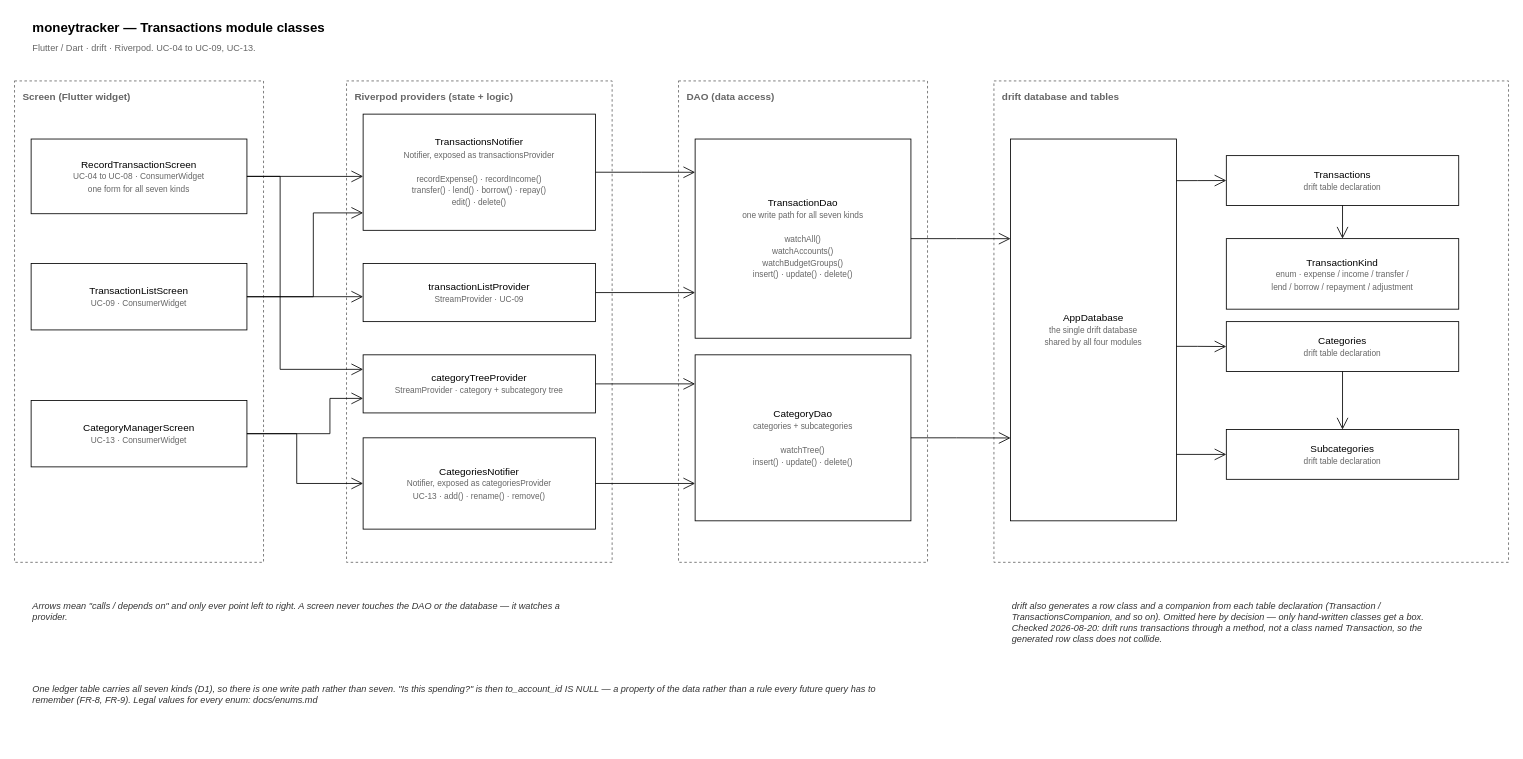
The draw.io diagram docs/diagrams/class-transactions.drawio in EldwinPr/uangsaku, before the edit. Source tidied: cells renumbered, new cells numbered last; positions are measured from the earlier drawing's top-left corner, leaving out a move shared by most shapes. Both pictures are drawn from the tidied source at 83%, with x=0, y=0 at pixel (14, 14).
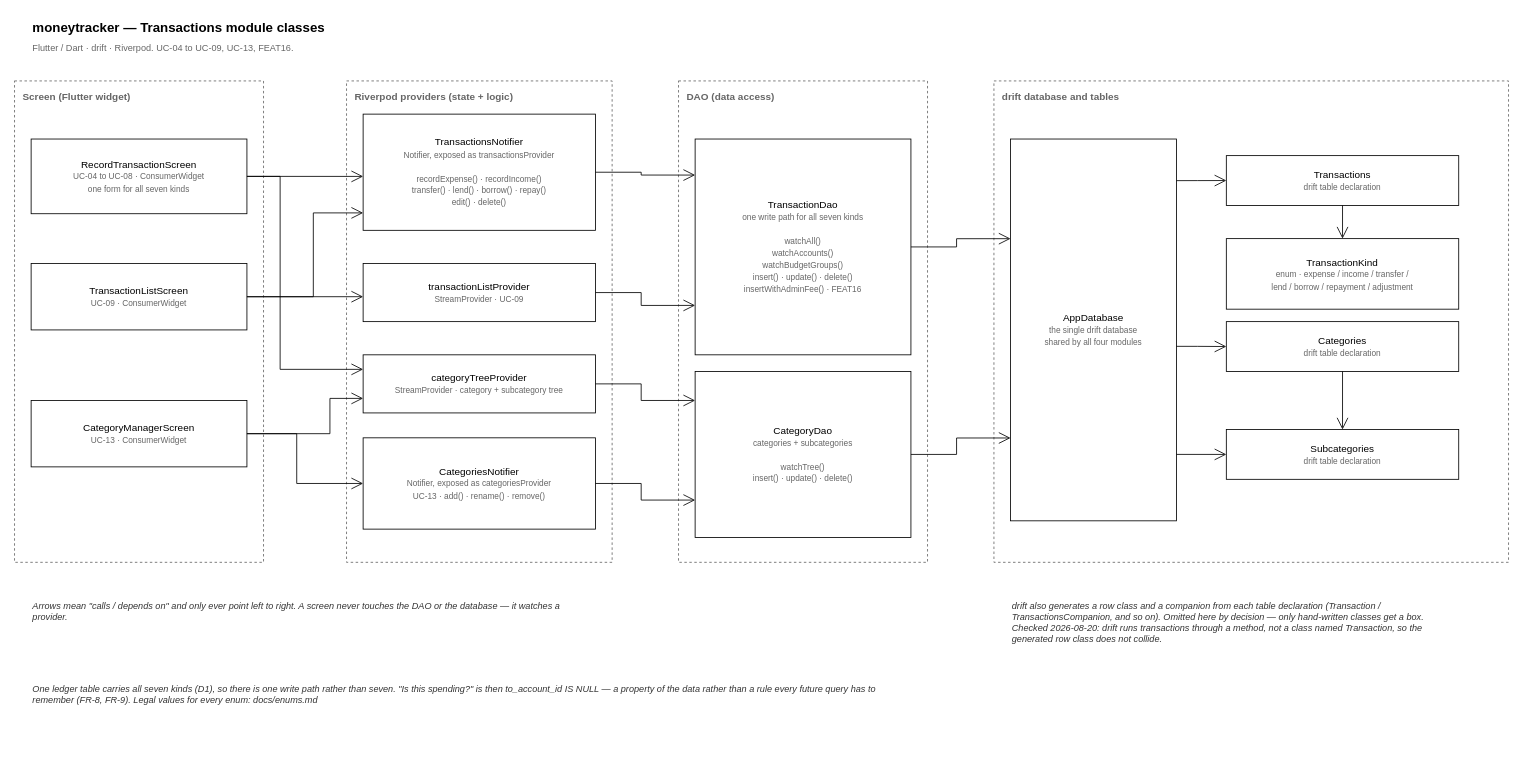
The same diagram, later.

The edit, as a diff of the source:
```diff
@@
-    <mxCell id="3" value="Flutter / Dart · drift · Riverpod. UC-04 to UC-09, UC-13." style="text;html=1;align=left;verticalAlign=middle;fontSize=11;fontColor=#666666;" parent="1" vertex="1">
+    <mxCell id="3" value="Flutter / Dart · drift · Riverpod. UC-04 to UC-09, UC-13, FEAT16." style="text;html=1;align=left;verticalAlign=middle;fontSize=11;fontColor=#666666;" parent="1" vertex="1">
       <mxGeometry x="20" y="30" width="700" height="20" as="geometry" />
     </mxCell>
@@
-    <mxCell id="15" value="TransactionDao&lt;br&gt;&lt;font style=&quot;font-size:10px&quot; color=&quot;#666666&quot;&gt;one write path for all seven kinds&lt;br&gt;&lt;br&gt;watchAll()&lt;br&gt;watchAccounts()&lt;br&gt;watchBudgetGroups()&lt;br&gt;insert() · update() · delete()&lt;/font&gt;" style="rounded=0;whiteSpace=wrap;html=1;" parent="1" vertex="1">
-      <mxGeometry x="820" y="150" width="260" height="240" as="geometry" />
+    <mxCell id="15" value="TransactionDao&lt;br&gt;&lt;font style=&quot;font-size:10px&quot; color=&quot;#666666&quot;&gt;one write path for all seven kinds&lt;br&gt;&lt;br&gt;watchAll()&lt;br&gt;watchAccounts()&lt;br&gt;watchBudgetGroups()&lt;br&gt;insert() · update() · delete()&lt;br&gt;insertWithAdminFee() · FEAT16&lt;/font&gt;" style="rounded=0;whiteSpace=wrap;html=1;" parent="1" vertex="1">
+      <mxGeometry x="820" y="150" width="260" height="260" as="geometry" />
     </mxCell>
     <mxCell id="16" value="CategoryDao&lt;br&gt;&lt;font style=&quot;font-size:10px&quot; color=&quot;#666666&quot;&gt;categories + subcategories&lt;br&gt;&lt;br&gt;watchTree()&lt;br&gt;insert() · update() · delete()&lt;/font&gt;" style="rounded=0;whiteSpace=wrap;html=1;" parent="1" vertex="1">
-      <mxGeometry x="820" y="410" width="260" height="200" as="geometry" />
+      <mxGeometry x="820" y="430" width="260" height="200" as="geometry" />
     </mxCell>
```
